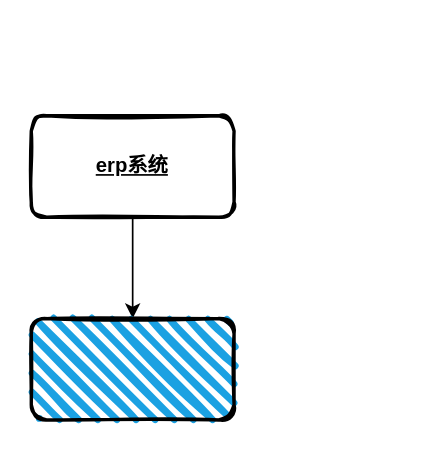
Before: 项目工程/点价通/盘面流转信息平台.drawio in lq460541033/draw_dev, a draw.io diagram. Source tidied: cells renumbered, new cells numbered last; positions are measured from the earlier drawing's top-left corner, leaving out a move shared by most shapes. Both pictures are drawn from the tidied source at 169%, with x=0, y=0 at pixel (30, 115).
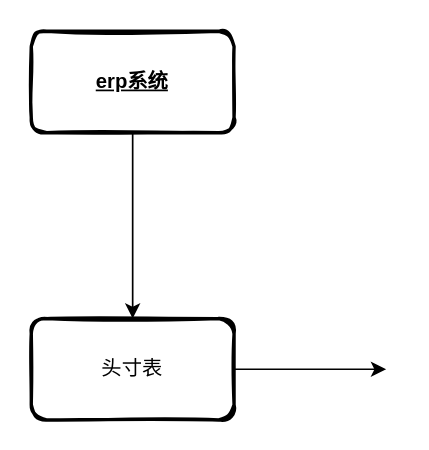
After the change.

Commit message (it also covers changes not shown here):
Update 盘面流转信息平台.drawio

The edit, as a diff of the source:
```diff
@@
 <mxGraphModel>
   <root>
     <mxCell id="0" />
     <mxCell id="1" parent="0" />
     <mxCell id="2" style="edgeStyle=orthogonalEdgeStyle;curved=0;rounded=1;sketch=0;jettySize=auto;html=1;" parent="1" edge="1" source="3">
       <mxGeometry relative="1" as="geometry">
         <mxPoint x="60" y="120" as="targetPoint" />
       </mxGeometry>
     </mxCell>
     <mxCell id="3" value="&lt;b&gt;&lt;u&gt;&lt;font color=&quot;#000000&quot;&gt;erp系统&lt;/font&gt;&lt;/u&gt;&lt;/b&gt;" style="rounded=1;whiteSpace=wrap;html=1;strokeWidth=2;fillWeight=4;hachureGap=8;hachureAngle=45;sketch=1;" parent="1" vertex="1">
-      <mxGeometry width="120" height="60" as="geometry" />
+      <mxGeometry y="-50" width="120" height="60" as="geometry" />
     </mxCell>
+    <mxCell id="5" style="edgeStyle=orthogonalEdgeStyle;curved=0;rounded=1;sketch=0;jettySize=auto;html=1;" parent="1" edge="1" source="4">
+      <mxGeometry relative="1" as="geometry">
+        <mxPoint x="210" y="150" as="targetPoint" />
+      </mxGeometry>
+    </mxCell>
-    <mxCell id="4" style="rounded=1;whiteSpace=wrap;html=1;strokeWidth=2;fillWeight=4;hachureGap=8;hachureAngle=45;fillColor=#1ba1e2;sketch=1;" parent="1" vertex="1">
+    <mxCell id="4" value="头寸表" style="rounded=1;whiteSpace=wrap;html=1;strokeWidth=2;fillWeight=4;hachureGap=8;hachureAngle=45;sketch=1;" parent="1" vertex="1">
       <mxGeometry y="120" width="120" height="60" as="geometry" />
     </mxCell>
   </root>
 </mxGraphModel>
```
